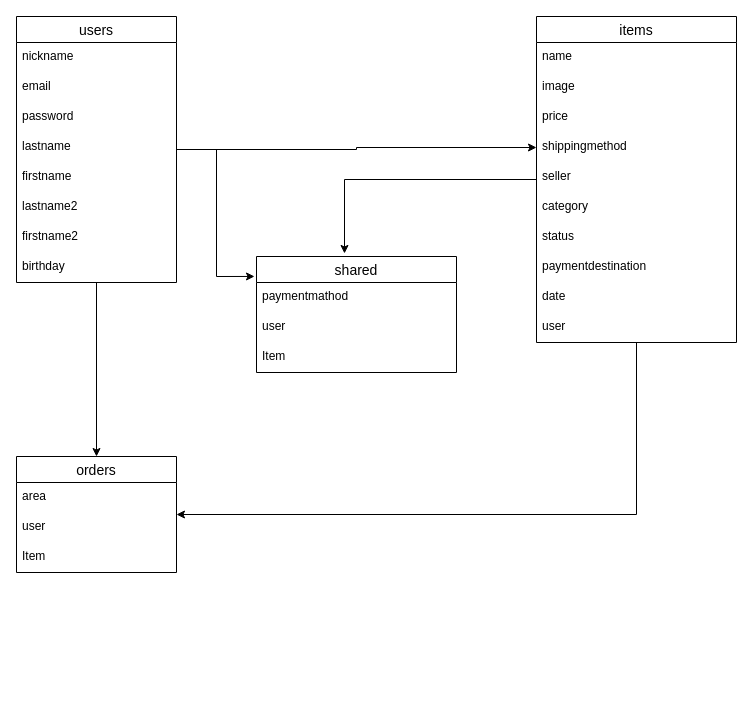
The draw.io diagram ER図.dio in Koutoubu/furima-35645, before the edit. Source tidied: cells renumbered, new cells numbered last; positions are measured from the earlier drawing's top-left corner, leaving out a move shared by most shapes. Both pictures are drawn from the tidied source at 100%, with x=0, y=0 at pixel (16, 16).
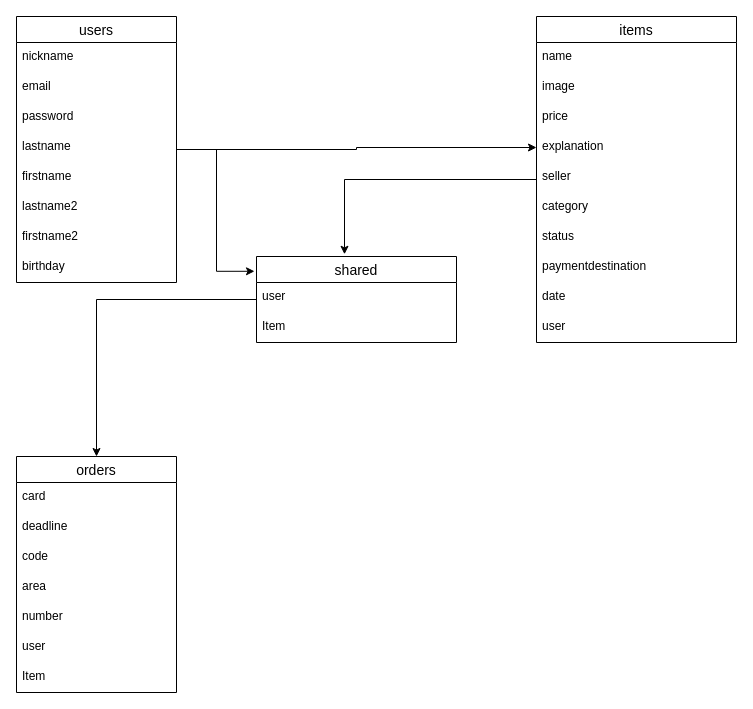
After the change.

Unchanged cells that the change refers to:
```xml
<mxCell id="4" value="items" style="swimlane;fontStyle=0;horizontal=1;startSize=26;align=center;fontSize=14;" parent="1" vertex="1">
  <mxGeometry x="520" width="200" height="326" as="geometry" />
</mxCell>
<mxCell id="26" value="users" style="swimlane;fontStyle=0;horizontal=1;startSize=26;align=center;fontSize=14;" parent="1" vertex="1">
  <mxGeometry width="160" height="266" as="geometry" />
</mxCell>
```

Diff of the diagram source:
```diff
@@
-    <mxCell id="2" style="edgeStyle=orthogonalEdgeStyle;rounded=0;jettySize=auto;html=1;" parent="1" edge="1" source="4" target="19">
-      <mxGeometry relative="1" as="geometry">
-        <Array as="points">
-          <mxPoint x="620" y="498" />
-        </Array>
-      </mxGeometry>
-    </mxCell>
@@
-    <mxCell id="8" value="shippingmethod" style="text;strokeColor=none;fillColor=none;spacingLeft=4;spacingRight=4;overflow=hidden;points=[[0,0.5],[1,0.5]];portConstraint=eastwest;fontSize=12;" parent="4" vertex="1">
+    <mxCell id="8" value="explanation" style="text;strokeColor=none;fillColor=none;spacingLeft=4;spacingRight=4;overflow=hidden;points=[[0,0.5],[1,0.5]];portConstraint=eastwest;fontSize=12;" parent="4" vertex="1">
       <mxGeometry y="116" width="200" height="30" as="geometry" />
     </mxCell>
@@
+    <mxCell id="35" style="edgeStyle=orthogonalEdgeStyle;rounded=0;jettySize=auto;html=1;" parent="1" edge="1" source="15" target="19">
+      <mxGeometry relative="1" as="geometry" />
+    </mxCell>
     <mxCell id="15" value="shared" style="swimlane;fontStyle=0;horizontal=1;startSize=26;align=center;fontSize=14;" parent="1" vertex="1">
-      <mxGeometry x="240" y="240" width="200" height="116" as="geometry" />
+      <mxGeometry x="240" y="240" width="200" height="86" as="geometry" />
     </mxCell>
-    <mxCell id="16" value="paymentmathod" style="text;strokeColor=none;fillColor=none;spacingLeft=4;spacingRight=4;overflow=hidden;fontSize=12;" parent="15" vertex="1">
-      <mxGeometry y="26" width="200" height="30" as="geometry" />
-    </mxCell>
     <mxCell id="17" value="user" style="text;strokeColor=none;fillColor=none;spacingLeft=4;spacingRight=4;overflow=hidden;fontSize=12;" parent="15" vertex="1">
-      <mxGeometry y="56" width="200" height="30" as="geometry" />
+      <mxGeometry y="26" width="200" height="30" as="geometry" />
     </mxCell>
     <mxCell id="18" value="Item" style="text;strokeColor=none;fillColor=none;spacingLeft=4;spacingRight=4;overflow=hidden;fontSize=12;align=left;" parent="15" vertex="1">
-      <mxGeometry y="86" width="200" height="30" as="geometry" />
+      <mxGeometry y="56" width="200" height="30" as="geometry" />
     </mxCell>
     <mxCell id="19" value="orders" style="swimlane;fontStyle=0;horizontal=1;startSize=26;align=center;fontSize=14;" parent="1" vertex="1">
-      <mxGeometry y="440" width="160" height="116" as="geometry" />
+      <mxGeometry y="440" width="160" height="236" as="geometry" />
     </mxCell>
+    <mxCell id="36" value="card" style="text;strokeColor=none;fillColor=none;spacingLeft=4;spacingRight=4;overflow=hidden;fontSize=12;" parent="19" vertex="1">
+      <mxGeometry y="26" width="160" height="30" as="geometry" />
+    </mxCell>
+    <mxCell id="37" value="deadline" style="text;strokeColor=none;fillColor=none;spacingLeft=4;spacingRight=4;overflow=hidden;fontSize=12;" parent="19" vertex="1">
+      <mxGeometry y="56" width="160" height="30" as="geometry" />
+    </mxCell>
+    <mxCell id="38" value="code" style="text;strokeColor=none;fillColor=none;spacingLeft=4;spacingRight=4;overflow=hidden;fontSize=12;" parent="19" vertex="1">
+      <mxGeometry y="86" width="160" height="30" as="geometry" />
+    </mxCell>
     <mxCell id="20" value="area" style="text;strokeColor=none;fillColor=none;spacingLeft=4;spacingRight=4;overflow=hidden;fontSize=12;align=left;" parent="19" vertex="1">
-      <mxGeometry y="26" width="160" height="30" as="geometry" />
+      <mxGeometry y="116" width="160" height="30" as="geometry" />
     </mxCell>
+    <mxCell id="22" value="number" style="text;strokeColor=none;fillColor=none;spacingLeft=4;spacingRight=4;overflow=hidden;fontSize=12;align=left;" parent="19" vertex="1">
+      <mxGeometry y="146" width="160" height="30" as="geometry" />
+    </mxCell>
     <mxCell id="21" value="user" style="text;strokeColor=none;fillColor=none;spacingLeft=4;spacingRight=4;overflow=hidden;fontSize=12;align=left;" parent="19" vertex="1">
-      <mxGeometry y="56" width="160" height="30" as="geometry" />
+      <mxGeometry y="176" width="160" height="30" as="geometry" />
     </mxCell>
-    <mxCell id="22" value="Item" style="text;strokeColor=none;fillColor=none;spacingLeft=4;spacingRight=4;overflow=hidden;fontSize=12;align=left;" parent="19" vertex="1">
-      <mxGeometry y="86" width="160" height="30" as="geometry" />
-    </mxCell>
+    <mxCell id="39" value="Item" style="text;strokeColor=none;fillColor=none;spacingLeft=4;spacingRight=4;overflow=hidden;fontSize=12;" parent="19" vertex="1">
+      <mxGeometry y="206" width="160" height="30" as="geometry" />
+    </mxCell>
@@
-    <mxCell id="24" style="edgeStyle=orthogonalEdgeStyle;rounded=0;jettySize=auto;html=1;entryX=0.5;entryY=0;entryDx=0;entryDy=0;" parent="1" edge="1" source="26" target="19">
-      <mxGeometry relative="1" as="geometry" />
-    </mxCell>
```
